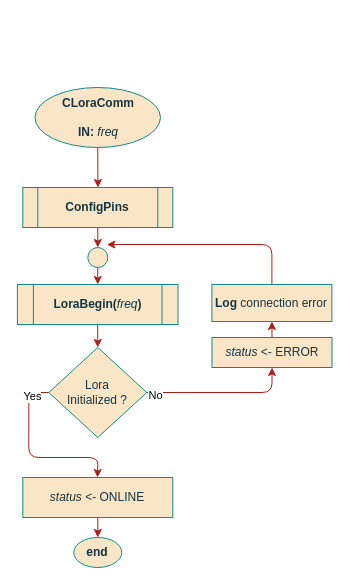
Earlier version of the draw.io diagram page "Constructor" (2 of 4) of documentation/flowcharts/02Classes/CLoraComm.drawio (ESRGgroup9/slipad). Source tidied: cells renumbered, new cells numbered last; positions are measured from the earlier drawing's top-left corner, leaving out a move shared by most shapes. Both pictures are drawn from the tidied source at 100%, with x=0, y=0 at pixel (17, 87).
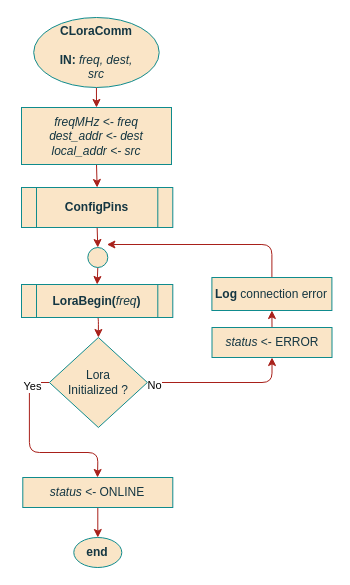
Above is the later version.

The edit, as a diff of the source:
```diff
@@
-    <mxCell id="2" style="edgeStyle=orthogonalEdgeStyle;curved=0;rounded=1;sketch=0;jettySize=auto;html=1;exitX=0.5;exitY=1;exitDx=0;exitDy=0;entryX=0.5;entryY=0;entryDx=0;entryDy=0;fontColor=#143642;strokeColor=#A8201A;fillColor=#FAE5C7;" parent="1" edge="1" source="3">
-      <mxGeometry relative="1" as="geometry">
-        <mxPoint x="80.5" y="100" as="targetPoint" />
-      </mxGeometry>
+    <mxCell id="2" style="edgeStyle=orthogonalEdgeStyle;curved=0;rounded=1;sketch=0;jettySize=auto;html=1;exitX=0.5;exitY=1;exitDx=0;exitDy=0;entryX=0.5;entryY=0;entryDx=0;entryDy=0;fontColor=#143642;strokeColor=#A8201A;fillColor=#FAE5C7;" parent="1" edge="1" source="3" target="23">
+      <mxGeometry relative="1" as="geometry" />
     </mxCell>
-    <mxCell id="3" value="&lt;div&gt;CLoraComm&lt;/div&gt;&lt;div&gt;&lt;br&gt;&lt;/div&gt;&lt;div&gt;IN: &lt;span style=&quot;font-weight: normal&quot;&gt;&lt;i&gt;freq&lt;/i&gt;&lt;/span&gt;&lt;br&gt;&lt;/div&gt;" style="ellipse;whiteSpace=wrap;html=1;fillColor=#FAE5C7;strokeColor=#0F8B8D;fontColor=#143642;fontStyle=1;" parent="1" vertex="1">
-      <mxGeometry x="17.5" width="125.5" height="60" as="geometry" />
+    <mxCell id="3" value="&lt;div&gt;CLoraComm&lt;/div&gt;&lt;div&gt;&lt;br&gt;&lt;/div&gt;&lt;div&gt;IN: &lt;span style=&quot;font-weight: normal&quot;&gt;&lt;i&gt;freq, dest,&lt;/i&gt;&lt;/span&gt;&lt;/div&gt;&lt;div&gt;&lt;span style=&quot;font-weight: normal&quot;&gt;&lt;i&gt;src&lt;/i&gt;&lt;/span&gt;&lt;br&gt;&lt;/div&gt;" style="ellipse;whiteSpace=wrap;html=1;fillColor=#FAE5C7;strokeColor=#0F8B8D;fontColor=#143642;fontStyle=1;" parent="1" vertex="1">
+      <mxGeometry x="16.2" y="-70" width="125.5" height="70" as="geometry" />
     </mxCell>
@@
     <mxCell id="6" value="LoraBegin(&lt;i&gt;&lt;span style=&quot;font-weight: normal&quot;&gt;freq&lt;/span&gt;&lt;/i&gt;)" style="shape=process;whiteSpace=wrap;html=1;backgroundOutline=1;rounded=0;sketch=0;fontColor=#143642;strokeColor=#0F8B8D;fillColor=#FAE5C7;fontStyle=1;" parent="1" vertex="1">
-      <mxGeometry x="-0.1" y="197" width="160.6" height="40" as="geometry" />
+      <mxGeometry x="4" y="197" width="151.3" height="33" as="geometry" />
     </mxCell>
@@
     <mxCell id="12" value="&lt;div&gt;Lora&lt;/div&gt;&lt;div&gt;Initialized ?&lt;/div&gt;" style="rhombus;whiteSpace=wrap;html=1;rounded=0;sketch=0;fontColor=#143642;strokeColor=#0F8B8D;fillColor=#FAE5C7;" parent="1" vertex="1">
-      <mxGeometry x="31.3" y="260" width="98" height="90" as="geometry" />
+      <mxGeometry x="31.9" y="250" width="98" height="90" as="geometry" />
     </mxCell>
@@
     <mxCell id="15" value="ConfigPins" style="shape=process;whiteSpace=wrap;html=1;backgroundOutline=1;rounded=0;sketch=0;fontColor=#143642;strokeColor=#0F8B8D;fillColor=#FAE5C7;fontStyle=1;" parent="1" vertex="1">
-      <mxGeometry x="5.3" y="100" width="150" height="40" as="geometry" />
+      <mxGeometry x="4" y="100" width="151.3" height="40" as="geometry" />
     </mxCell>
@@
     <mxCell id="17" value="&lt;b&gt;Log&lt;/b&gt; connection error" style="rounded=0;whiteSpace=wrap;html=1;sketch=0;fontColor=#143642;strokeColor=#0F8B8D;fillColor=#FAE5C7;" parent="1" vertex="1">
-      <mxGeometry x="194.4" y="197" width="120" height="37" as="geometry" />
+      <mxGeometry x="194.4" y="190" width="120" height="33" as="geometry" />
     </mxCell>
@@
     <mxCell id="19" value="&lt;i&gt;status&lt;/i&gt; &amp;lt;- ONLINE" style="rounded=0;whiteSpace=wrap;html=1;sketch=0;fontColor=#143642;strokeColor=#0F8B8D;fillColor=#FAE5C7;" parent="1" vertex="1">
-      <mxGeometry x="5.3" y="390" width="150" height="40" as="geometry" />
+      <mxGeometry x="5.3" y="390" width="150" height="30" as="geometry" />
     </mxCell>
@@
     <mxCell id="21" value="&lt;i&gt;status&lt;/i&gt; &amp;lt;- ERROR" style="rounded=0;whiteSpace=wrap;html=1;sketch=0;fontColor=#143642;strokeColor=#0F8B8D;fillColor=#FAE5C7;" parent="1" vertex="1">
-      <mxGeometry x="194.5" y="250" width="120" height="30" as="geometry" />
+      <mxGeometry x="194.5" y="240" width="120" height="30" as="geometry" />
     </mxCell>
+    <mxCell id="22" style="edgeStyle=orthogonalEdgeStyle;rounded=0;jettySize=auto;html=1;exitX=0.5;exitY=1;exitDx=0;exitDy=0;entryX=0.5;entryY=0;entryDx=0;entryDy=0;strokeColor=#A8201A;" parent="1" edge="1" source="23" target="15">
+      <mxGeometry relative="1" as="geometry" />
+    </mxCell>
+    <mxCell id="23" value="&lt;div&gt;freqMHz &amp;lt;- freq&lt;/div&gt;&lt;div&gt;dest_addr &amp;lt;- dest&lt;/div&gt;&lt;div&gt;local_addr &amp;lt;- src&lt;br&gt;&lt;/div&gt;" style="rounded=0;whiteSpace=wrap;html=1;sketch=0;fontColor=#143642;strokeColor=#0F8B8D;fillColor=#FAE5C7;fontStyle=2;" parent="1" vertex="1">
+      <mxGeometry x="4" y="20" width="150" height="57" as="geometry" />
+    </mxCell>
```
